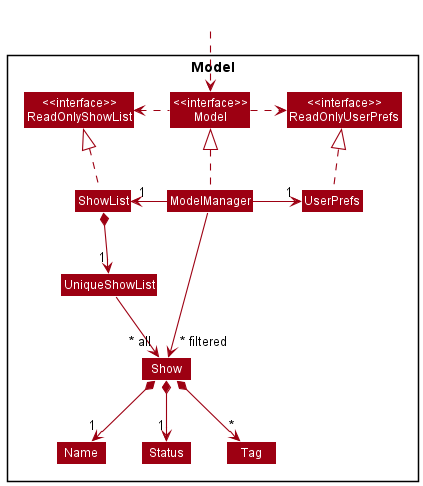
Before: docs/images/ModelClassDiagram.png, a diagram exported from PlantUML (nus-cs2103-AY2122S2/tp).
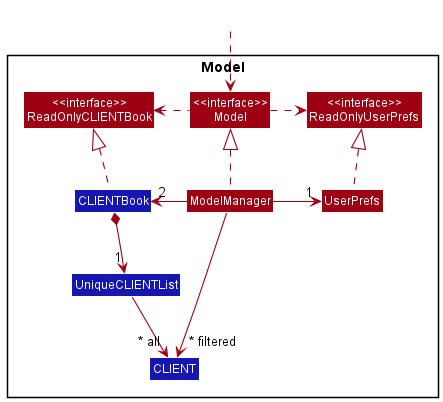
The same diagram one commit later.

Commit message:
Correct image path for DG Model Component

What changed in the source:
```diff
@@ -5,41 +5,33 @@
 skinparam classBackgroundColor MODEL_COLOR
 
 Package Model <<Rectangle>>{
-Class "<<interface>>\nReadOnlyShowList" as ReadOnlyShowList
+Class "<<interface>>\nReadOnlyCLIENTBook" as ReadOnlyCLIENTBook
 Class "<<interface>>\nReadOnlyUserPrefs" as ReadOnlyUserPrefs
 Class "<<interface>>\nModel" as Model
-Class ShowList
+
+Class CLIENTBook #1616B0
 Class ModelManager
 Class UserPrefs
 
-Class UniqueShowList
-Class Show
-Class Status
-Class Name
-Class Tag
-
+Class UniqueCLIENTList #1616B0
+Class CLIENT #1616B0
 }
 
 Class HiddenOutside #FFFFFF
 HiddenOutside ..> Model
 
-ShowList .up.|> ReadOnlyShowList
+CLIENTBook .up.|> ReadOnlyCLIENTBook
 
 ModelManager .up.|> Model
 Model .right.> ReadOnlyUserPrefs
-Model .left.> ReadOnlyShowList
-ModelManager -left-> "1" ShowList
+Model .left.> ReadOnlyCLIENTBook
+ModelManager -left-> "2" CLIENTBook
 ModelManager -right-> "1" UserPrefs
+
 UserPrefs .up.|> ReadOnlyUserPrefs
 
-ShowList *--> "1" UniqueShowList
-UniqueShowList --> "~* all" Show
-Show *--> "1" Name
-Show *--> "1" Status
-Show *--> "*" Tag
+CLIENTBook *--> "1" UniqueCLIENTList
+UniqueCLIENTList --> "~* all" CLIENT
 
-Name -[hidden]right-> Status
-Status -[hidden]right->  Tag
-
-ModelManager -->"~* filtered" Show
+ModelManager -->"~* filtered" CLIENT
 @enduml
```
